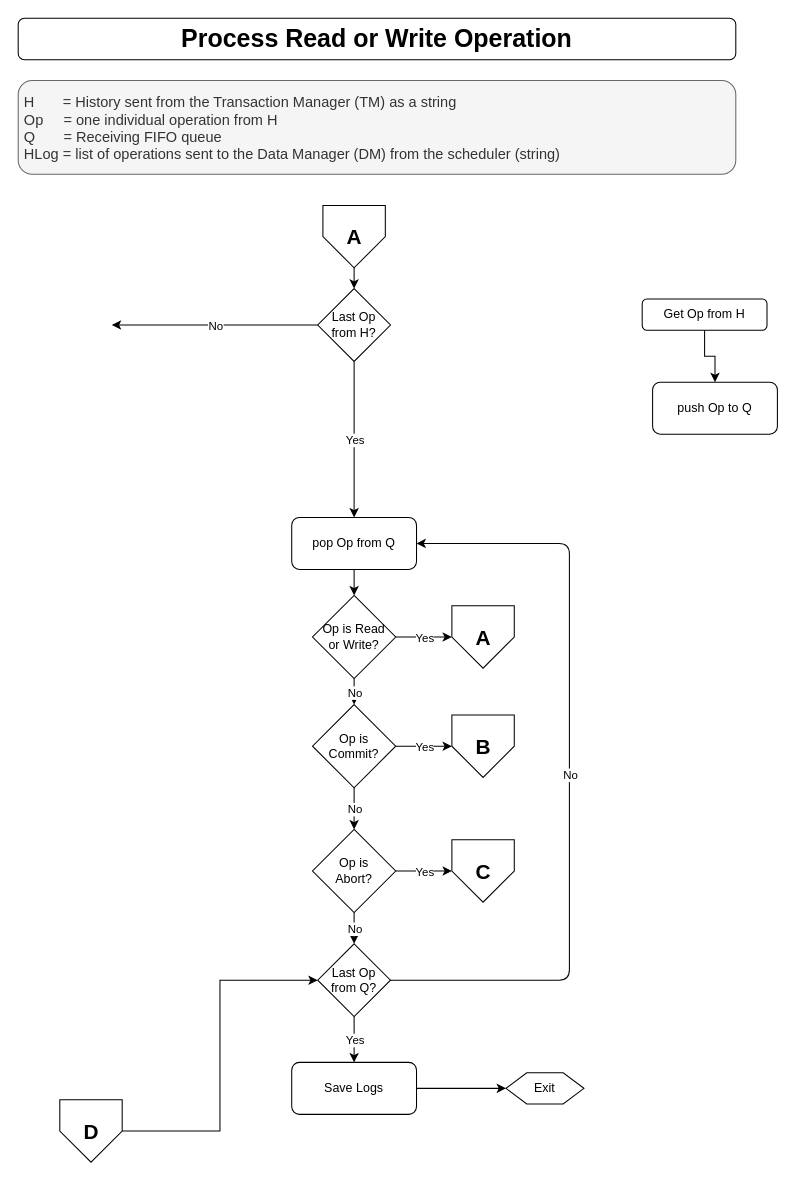
The draw.io diagram Design/CS 5570 Team4 Design - Scheduler - Process RW.drawio in Rod-Skoglund/CS5570-Project, before the edit. Source tidied: cells renumbered, new cells numbered last; positions are measured from the earlier drawing's top-left corner, leaving out a move shared by most shapes. Both pictures are drawn from the tidied source at 104%, with x=0, y=0 at pixel (18, 18).
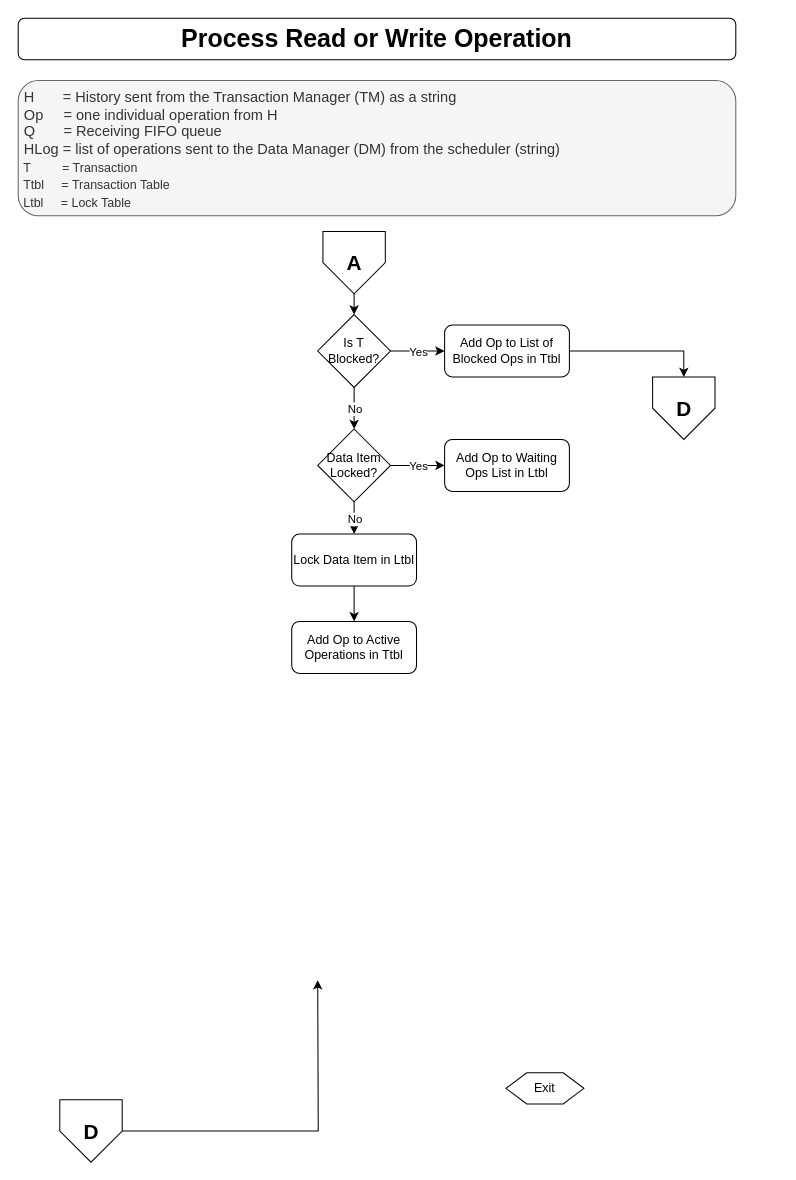
The same diagram, later.

Commit message:
Started defining Process RW flow

Unchanged cells that the change refers to:
```xml
<mxCell id="5" value="Exit" style="shape=hexagon;perimeter=hexagonPerimeter2;whiteSpace=wrap;html=1;fixedSize=1;align=center;" parent="1" vertex="1">
  <mxGeometry x="469" y="1014" width="75" height="30" as="geometry" />
</mxCell>
<mxCell id="40" value="D" style="verticalLabelPosition=middle;verticalAlign=middle;html=1;shape=offPageConnector;rounded=0;size=0.5;labelPosition=center;align=center;fontSize=20;fontStyle=1;" parent="1" vertex="1">
  <mxGeometry x="40" y="1040" width="60" height="60" as="geometry" />
</mxCell>
```

Diff of the diagram source:
```diff
@@
-    <mxCell id="3" value="&amp;nbsp;H&amp;nbsp; &amp;nbsp; &amp;nbsp; &amp;nbsp;= History sent from the Transaction Manager (TM) as a string&lt;br&gt;&amp;nbsp;Op&amp;nbsp; &amp;nbsp; &amp;nbsp;= one individual operation from H&lt;br&gt;&amp;nbsp;Q&amp;nbsp; &amp;nbsp; &amp;nbsp; &amp;nbsp;= Receiving FIFO queue&lt;br&gt;&amp;nbsp;HLog = list of operations sent to the Data Manager (DM) from the scheduler (string)&lt;span style=&quot;text-align: center ; font-size: 12px&quot;&gt;&lt;font style=&quot;font-size: 12px&quot;&gt;&lt;br&gt;&lt;/font&gt;&lt;/span&gt;" style="text;html=1;align=left;verticalAlign=middle;whiteSpace=wrap;rounded=1;fontSize=14;labelBorderColor=none;spacingTop=2;spacingLeft=0;spacingBottom=0;spacingRight=0;spacing=2;perimeterSpacing=0;strokeWidth=1;labelPadding=-1;fillColor=#f5f5f5;strokeColor=#666666;fontColor=#333333;" parent="1" vertex="1">
-      <mxGeometry y="60" width="690" height="90" as="geometry" />
+    <mxCell id="3" value="&amp;nbsp;H&amp;nbsp; &amp;nbsp; &amp;nbsp; &amp;nbsp;= History sent from the Transaction Manager (TM) as a string&lt;br&gt;&amp;nbsp;Op&amp;nbsp; &amp;nbsp; &amp;nbsp;= one individual operation from H&lt;br&gt;&amp;nbsp;Q&amp;nbsp; &amp;nbsp; &amp;nbsp; &amp;nbsp;= Receiving FIFO queue&lt;br&gt;&amp;nbsp;HLog = list of operations sent to the Data Manager (DM) from the scheduler (string)&lt;br&gt;&lt;span style=&quot;text-align: center ; font-size: 12px&quot;&gt;&lt;font style=&quot;font-size: 12px&quot;&gt;&amp;nbsp;T&amp;nbsp; &amp;nbsp; &amp;nbsp; &amp;nbsp; &amp;nbsp;= Transaction&lt;br&gt;&amp;nbsp;Ttbl&amp;nbsp; &amp;nbsp; &amp;nbsp;= Transaction Table&lt;br&gt;&amp;nbsp;Ltbl&amp;nbsp; &amp;nbsp; &amp;nbsp;= Lock Table&lt;br&gt;&lt;/font&gt;&lt;/span&gt;" style="text;html=1;align=left;verticalAlign=middle;whiteSpace=wrap;rounded=1;fontSize=14;labelBorderColor=none;spacingTop=2;spacingLeft=0;spacingBottom=0;spacingRight=0;spacing=2;perimeterSpacing=0;strokeWidth=1;labelPadding=-1;fillColor=#f5f5f5;strokeColor=#666666;fontColor=#333333;" parent="1" vertex="1">
+      <mxGeometry y="60" width="690" height="130" as="geometry" />
     </mxCell>
-    <mxCell id="4" value="Get Op from H" style="rounded=1;whiteSpace=wrap;html=1;fontSize=12;glass=0;strokeWidth=1;shadow=0;" parent="1" vertex="1">
-      <mxGeometry x="600" y="270" width="120" height="30" as="geometry" />
-    </mxCell>
@@
-    <mxCell id="6" value="pop Op from Q" style="rounded=1;whiteSpace=wrap;html=1;fontSize=12;glass=0;strokeWidth=1;shadow=0;" parent="1" vertex="1">
-      <mxGeometry x="263" y="480" width="120" height="50" as="geometry" />
-    </mxCell>
-    <mxCell id="7" style="endArrow=classic;html=1;entryX=0;entryY=0.5;entryDx=0;entryDy=0;exitX=1;exitY=0.5;exitDx=0;exitDy=0;" parent="1" edge="1" source="19" target="5">
-      <mxGeometry x="300" y="416" as="geometry" />
-    </mxCell>
-    <mxCell id="8" value="push Op to Q" style="rounded=1;whiteSpace=wrap;html=1;fontSize=12;glass=0;strokeWidth=1;shadow=0;" parent="1" vertex="1">
-      <mxGeometry x="610" y="350" width="120" height="50" as="geometry" />
-    </mxCell>
-    <mxCell id="9" style="edgeStyle=orthogonalEdgeStyle;rounded=0;jettySize=auto;html=1;exitX=0.5;exitY=1;exitDx=0;exitDy=0;" parent="1" edge="1" source="4" target="8">
-      <mxGeometry x="300" y="250" as="geometry" />
-    </mxCell>
-    <mxCell id="10" value="Last Op from H?" style="rhombus;whiteSpace=wrap;html=1;" parent="1" vertex="1">
-      <mxGeometry x="288" y="260" width="70" height="70" as="geometry" />
-    </mxCell>
-    <mxCell id="11" style="endArrow=classic;html=1;exitX=0.5;exitY=1;exitDx=0;exitDy=0;entryX=0.5;entryY=0;entryDx=0;entryDy=0;edgeStyle=orthogonalEdgeStyle;" parent="1" edge="1" source="10" target="6">
-      <mxGeometry x="300" y="250" as="geometry" />
-    </mxCell>
-    <mxCell id="12" value="Yes" style="edgeLabel;html=1;align=center;verticalAlign=middle;" parent="11" vertex="1">
-      <mxGeometry relative="1" as="geometry" />
-    </mxCell>
-    <mxCell id="13" style="endArrow=classic;html=1;exitX=0;exitY=0.5;exitDx=0;exitDy=0;edgeStyle=orthogonalEdgeStyle;" parent="1" edge="1" source="10">
-      <mxGeometry x="300" y="250" as="geometry">
-        <mxPoint x="90" y="295" as="targetPoint" />
-        <Array as="points">
-          <mxPoint x="100" y="295" />
-        </Array>
-      </mxGeometry>
-    </mxCell>
-    <mxCell id="14" value="No" style="edgeLabel;html=1;align=center;verticalAlign=middle;" parent="13" vertex="1">
-      <mxGeometry relative="1" as="geometry" />
-    </mxCell>
-    <mxCell id="15" style="edgeStyle=orthogonalEdgeStyle;rounded=0;jettySize=auto;html=1;exitX=0.5;exitY=1;exitDx=0;exitDy=0;entryX=0.5;entryY=0;entryDx=0;entryDy=0;" parent="1" edge="1" source="6" target="22">
-      <mxGeometry x="300" y="250" as="geometry" />
-    </mxCell>
-    <mxCell id="16" value="Last Op from Q?" style="rhombus;whiteSpace=wrap;html=1;" parent="1" vertex="1">
-      <mxGeometry x="288" y="890" width="70" height="70" as="geometry" />
-    </mxCell>
-    <mxCell id="17" style="endArrow=classic;html=1;exitX=1;exitY=0.5;exitDx=0;exitDy=0;entryX=1;entryY=0.5;entryDx=0;entryDy=0;edgeStyle=orthogonalEdgeStyle;" parent="1" edge="1" source="16" target="6">
-      <mxGeometry x="300" y="250" as="geometry">
-        <Array as="points">
-          <mxPoint x="530" y="925" />
-          <mxPoint x="530" y="505" />
-        </Array>
-      </mxGeometry>
-    </mxCell>
-    <mxCell id="18" value="No" style="edgeLabel;html=1;align=center;verticalAlign=middle;" parent="17" vertex="1">
-      <mxGeometry relative="1" as="geometry" />
-    </mxCell>
-    <mxCell id="19" value="Save Logs" style="rounded=1;whiteSpace=wrap;html=1;fontSize=12;glass=0;strokeWidth=1;shadow=0;" parent="1" vertex="1">
-      <mxGeometry x="263" y="1004" width="120" height="50" as="geometry" />
-    </mxCell>
-    <mxCell id="20" style="endArrow=classic;html=1;exitX=0.5;exitY=1;exitDx=0;exitDy=0;edgeStyle=orthogonalEdgeStyle;entryX=0.5;entryY=0;entryDx=0;entryDy=0;" parent="1" edge="1" source="16" target="19">
-      <mxGeometry x="300" y="416" as="geometry" />
-    </mxCell>
-    <mxCell id="21" value="Yes" style="edgeLabel;html=1;align=center;verticalAlign=middle;" parent="20" vertex="1">
-      <mxGeometry relative="1" as="geometry" />
-    </mxCell>
-    <mxCell id="22" value="Op is Read &lt;br&gt;or Write?" style="rhombus;whiteSpace=wrap;html=1;" parent="1" vertex="1">
-      <mxGeometry x="283" y="555" width="80" height="80" as="geometry" />
-    </mxCell>
-    <mxCell id="23" style="endArrow=classic;html=1;exitX=1;exitY=0.5;exitDx=0;exitDy=0;edgeStyle=orthogonalEdgeStyle;entryX=0;entryY=0.5;entryDx=0;entryDy=0;" parent="1" edge="1" source="22" target="35">
-      <mxGeometry x="750" y="395" as="geometry">
-        <Array as="points">
-          <mxPoint x="400" y="595" />
-          <mxPoint x="400" y="595" />
-        </Array>
-      </mxGeometry>
-    </mxCell>
-    <mxCell id="24" value="Yes" style="edgeLabel;html=1;align=center;verticalAlign=middle;" parent="23" vertex="1">
-      <mxGeometry relative="1" as="geometry" />
-    </mxCell>
-    <mxCell id="25" value="Op is &lt;br&gt;Commit?" style="rhombus;whiteSpace=wrap;html=1;" parent="1" vertex="1">
-      <mxGeometry x="283" y="660" width="80" height="80" as="geometry" />
-    </mxCell>
-    <mxCell id="26" value="Op is &lt;br&gt;Abort?" style="rhombus;whiteSpace=wrap;html=1;" parent="1" vertex="1">
-      <mxGeometry x="283" y="780" width="80" height="80" as="geometry" />
-    </mxCell>
-    <mxCell id="27" style="endArrow=classic;html=1;exitX=1;exitY=0.5;exitDx=0;exitDy=0;edgeStyle=orthogonalEdgeStyle;entryX=0;entryY=0.5;entryDx=0;entryDy=0;" parent="1" edge="1" source="26" target="36">
-      <mxGeometry x="750" y="635" as="geometry" />
-    </mxCell>
-    <mxCell id="28" value="Yes" style="edgeLabel;html=1;align=center;verticalAlign=middle;" parent="27" vertex="1">
-      <mxGeometry relative="1" as="geometry" />
-    </mxCell>
-    <mxCell id="29" style="endArrow=classic;html=1;exitX=0.5;exitY=1;exitDx=0;exitDy=0;edgeStyle=orthogonalEdgeStyle;entryX=0.5;entryY=0;entryDx=0;entryDy=0;" parent="1" edge="1" source="22" target="25">
-      <mxGeometry x="589" y="337.1" as="geometry">
-        <Array as="points">
-          <mxPoint x="323" y="635" />
-          <mxPoint x="323" y="635" />
-        </Array>
-      </mxGeometry>
-    </mxCell>
-    <mxCell id="30" value="No" style="edgeLabel;html=1;align=center;verticalAlign=middle;" parent="29" vertex="1">
-      <mxGeometry relative="1" as="geometry" />
-    </mxCell>
-    <mxCell id="31" style="endArrow=classic;html=1;edgeStyle=orthogonalEdgeStyle;entryX=0.5;entryY=0;entryDx=0;entryDy=0;exitX=0.5;exitY=1;exitDx=0;exitDy=0;" parent="1" edge="1" source="25" target="26">
-      <mxGeometry x="599" y="347.1" as="geometry" />
-    </mxCell>
-    <mxCell id="32" value="No" style="edgeLabel;html=1;align=center;verticalAlign=middle;" parent="31" vertex="1">
-      <mxGeometry relative="1" as="geometry" />
-    </mxCell>
-    <mxCell id="33" style="endArrow=classic;html=1;edgeStyle=orthogonalEdgeStyle;entryX=0.5;entryY=0;entryDx=0;entryDy=0;exitX=0.5;exitY=1;exitDx=0;exitDy=0;" parent="1" edge="1" source="26" target="16">
-      <mxGeometry x="598.8" y="467.1" as="geometry" />
-    </mxCell>
-    <mxCell id="34" value="No" style="edgeLabel;html=1;align=center;verticalAlign=middle;" parent="33" vertex="1">
-      <mxGeometry relative="1" as="geometry" />
-    </mxCell>
-    <mxCell id="35" value="A" style="verticalLabelPosition=middle;verticalAlign=middle;html=1;shape=offPageConnector;rounded=0;size=0.5;labelPosition=center;align=center;fontSize=20;fontStyle=1;" parent="1" vertex="1">
-      <mxGeometry x="417" y="565" width="60" height="60" as="geometry" />
-    </mxCell>
-    <mxCell id="36" value="C" style="verticalLabelPosition=middle;verticalAlign=middle;html=1;shape=offPageConnector;rounded=0;size=0.5;fontStyle=1;fontSize=20;labelPosition=center;align=center;" parent="1" vertex="1">
-      <mxGeometry x="417" y="790" width="60" height="60" as="geometry" />
-    </mxCell>
-    <mxCell id="37" value="B" style="verticalLabelPosition=middle;verticalAlign=middle;html=1;shape=offPageConnector;rounded=0;size=0.5;labelPosition=center;align=center;fontStyle=1;fontSize=20;" parent="1" vertex="1">
-      <mxGeometry x="417" y="670" width="60" height="60" as="geometry" />
-    </mxCell>
-    <mxCell id="38" style="endArrow=classic;html=1;exitX=1;exitY=0.5;exitDx=0;exitDy=0;edgeStyle=orthogonalEdgeStyle;" parent="1" edge="1" source="25" target="37">
-      <mxGeometry x="750" y="515" as="geometry" />
-    </mxCell>
-    <mxCell id="39" value="Yes" style="edgeLabel;html=1;align=center;verticalAlign=middle;" parent="38" vertex="1">
-      <mxGeometry relative="1" as="geometry" />
-    </mxCell>
@@
-    <mxCell id="41" style="edgeStyle=orthogonalEdgeStyle;rounded=0;jettySize=auto;html=1;exitX=1;exitY=0.5;exitDx=0;exitDy=0;entryX=0;entryY=0.5;entryDx=0;entryDy=0;" parent="1" edge="1" source="40" target="16">
-      <mxGeometry x="310" y="260" as="geometry" />
+    <mxCell id="41" style="edgeStyle=orthogonalEdgeStyle;rounded=0;jettySize=auto;html=1;exitX=1;exitY=0.5;exitDx=0;exitDy=0;entryX=0;entryY=0.5;entryDx=0;entryDy=0;" parent="1" edge="1" source="40">
+      <mxGeometry x="310" y="260" as="geometry">
+        <mxPoint x="288" y="925" as="targetPoint" />
+      </mxGeometry>
     </mxCell>
     <mxCell id="42" value="A" style="verticalLabelPosition=middle;verticalAlign=middle;html=1;shape=offPageConnector;rounded=0;size=0.5;labelPosition=center;align=center;fontSize=20;fontStyle=1;" parent="1" vertex="1">
-      <mxGeometry x="293" y="180" width="60" height="60" as="geometry" />
+      <mxGeometry x="293" y="205" width="60" height="60" as="geometry" />
     </mxCell>
-    <mxCell id="43" style="edgeStyle=orthogonalEdgeStyle;rounded=0;jettySize=auto;html=1;entryX=0.5;entryY=0;entryDx=0;entryDy=0;exitX=0.5;exitY=1;exitDx=0;exitDy=0;" parent="1" edge="1" source="42" target="10">
-      <mxGeometry x="310" y="260" as="geometry">
-        <Array as="points">
-          <mxPoint x="323" y="240" />
-          <mxPoint x="323" y="240" />
-        </Array>
-      </mxGeometry>
-    </mxCell>
+    <mxCell id="44" value="Is T Blocked?" style="rhombus;whiteSpace=wrap;html=1;" parent="1" vertex="1">
+      <mxGeometry x="288" y="285" width="70" height="70" as="geometry" />
+    </mxCell>
+    <mxCell id="45" style="edgeStyle=orthogonalEdgeStyle;rounded=0;jettySize=auto;html=1;entryX=0.5;entryY=0;entryDx=0;entryDy=0;exitX=0.5;exitY=1;exitDx=0;exitDy=0;" parent="1" edge="1" source="42" target="44">
+      <mxGeometry x="310" y="285" as="geometry" />
+    </mxCell>
+    <mxCell id="46" value="Add Op to List of Blocked Ops in Ttbl" style="rounded=1;whiteSpace=wrap;html=1;fontSize=12;glass=0;strokeWidth=1;shadow=0;" parent="1" vertex="1">
+      <mxGeometry x="410" y="295" width="120" height="50" as="geometry" />
+    </mxCell>
+    <mxCell id="47" value="D" style="verticalLabelPosition=middle;verticalAlign=middle;html=1;shape=offPageConnector;rounded=0;size=0.5;labelPosition=center;align=center;fontSize=20;fontStyle=1;" parent="1" vertex="1">
+      <mxGeometry x="610" y="345" width="60" height="60" as="geometry" />
+    </mxCell>
+    <mxCell id="48" style="endArrow=classic;html=1;exitX=1;exitY=0.5;exitDx=0;exitDy=0;entryX=0;entryY=0.5;entryDx=0;entryDy=0;edgeStyle=orthogonalEdgeStyle;" parent="1" edge="1" source="44" target="46">
+      <mxGeometry x="310" y="285" as="geometry" />
+    </mxCell>
+    <mxCell id="49" value="Yes" style="edgeLabel;html=1;align=center;verticalAlign=middle;" parent="48" vertex="1">
+      <mxGeometry relative="1" as="geometry" />
+    </mxCell>
+    <mxCell id="50" style="endArrow=classic;html=1;exitX=0.5;exitY=1;exitDx=0;exitDy=0;edgeStyle=orthogonalEdgeStyle;entryX=0.5;entryY=0;entryDx=0;entryDy=0;" parent="1" edge="1" source="44" target="54">
+      <mxGeometry x="310" y="285" as="geometry">
+        <Array as="points">
+          <mxPoint x="323" y="395" />
+        </Array>
+      </mxGeometry>
+    </mxCell>
+    <mxCell id="51" value="No" style="edgeLabel;html=1;align=center;verticalAlign=middle;" parent="50" vertex="1">
+      <mxGeometry relative="1" as="geometry" />
+    </mxCell>
+    <mxCell id="52" style="edgeStyle=orthogonalEdgeStyle;rounded=0;jettySize=auto;html=1;entryX=0.5;entryY=0;entryDx=0;entryDy=0;exitX=1;exitY=0.5;exitDx=0;exitDy=0;" parent="1" edge="1" source="46" target="47">
+      <mxGeometry x="320" y="295" as="geometry" />
+    </mxCell>
+    <mxCell id="53" value="Add Op to Waiting Ops List in Ltbl" style="rounded=1;whiteSpace=wrap;html=1;fontSize=12;glass=0;strokeWidth=1;shadow=0;" parent="1" vertex="1">
+      <mxGeometry x="410" y="405" width="120" height="50" as="geometry" />
+    </mxCell>
+    <mxCell id="54" value="Data Item Locked?" style="rhombus;whiteSpace=wrap;html=1;" parent="1" vertex="1">
+      <mxGeometry x="288" y="395" width="70" height="70" as="geometry" />
+    </mxCell>
+    <mxCell id="55" style="endArrow=classic;html=1;exitX=1;exitY=0.5;exitDx=0;exitDy=0;entryX=0;entryY=0.5;entryDx=0;entryDy=0;edgeStyle=orthogonalEdgeStyle;" parent="1" edge="1" source="54" target="53">
+      <mxGeometry x="320" y="295" as="geometry" />
+    </mxCell>
+    <mxCell id="56" value="Yes" style="edgeLabel;html=1;align=center;verticalAlign=middle;" parent="55" vertex="1">
+      <mxGeometry relative="1" as="geometry" />
+    </mxCell>
+    <mxCell id="57" value="Lock Data Item in Ltbl" style="rounded=1;whiteSpace=wrap;html=1;fontSize=12;glass=0;strokeWidth=1;shadow=0;" parent="1" vertex="1">
+      <mxGeometry x="263" y="496" width="120" height="50" as="geometry" />
+    </mxCell>
+    <mxCell id="58" style="endArrow=classic;html=1;edgeStyle=orthogonalEdgeStyle;entryX=0.5;entryY=0;entryDx=0;entryDy=0;exitX=0.5;exitY=1;exitDx=0;exitDy=0;" parent="1" edge="1" source="54" target="57">
+      <mxGeometry x="320" y="295" as="geometry" />
+    </mxCell>
+    <mxCell id="59" value="No" style="edgeLabel;html=1;align=center;verticalAlign=middle;" parent="58" vertex="1">
+      <mxGeometry relative="1" as="geometry" />
+    </mxCell>
+    <mxCell id="60" value="Add Op to Active Operations in Ttbl" style="rounded=1;whiteSpace=wrap;html=1;fontSize=12;glass=0;strokeWidth=1;shadow=0;" parent="1" vertex="1">
+      <mxGeometry x="263" y="580" width="120" height="50" as="geometry" />
+    </mxCell>
+    <mxCell id="61" style="edgeStyle=orthogonalEdgeStyle;rounded=0;jettySize=auto;html=1;entryX=0.5;entryY=0;entryDx=0;entryDy=0;exitX=0.5;exitY=1;exitDx=0;exitDy=0;" parent="1" edge="1" source="57" target="60">
+      <mxGeometry x="320" y="295" as="geometry" />
+    </mxCell>
```
